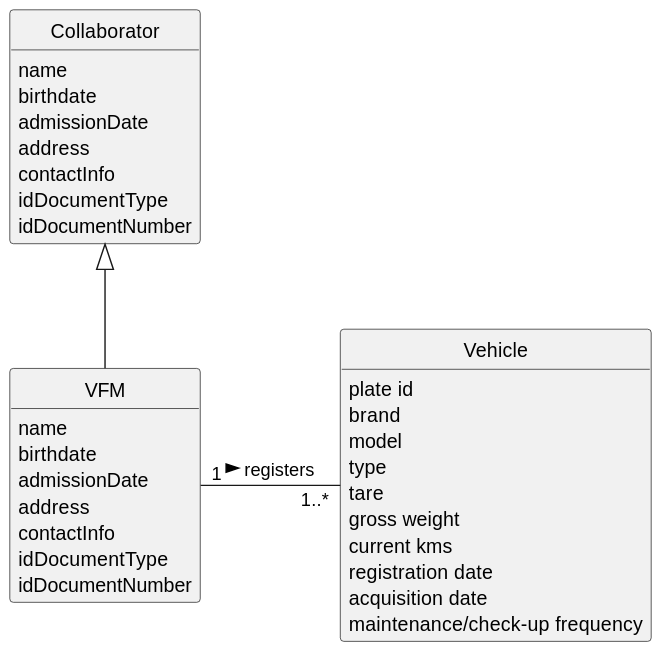
Above: docs/sprintA/us006/02.analysis/svg/us006-domain-model.svg in diogoveirospro/lei-24-s2-1dg-g072 (PlantUML), before the change.
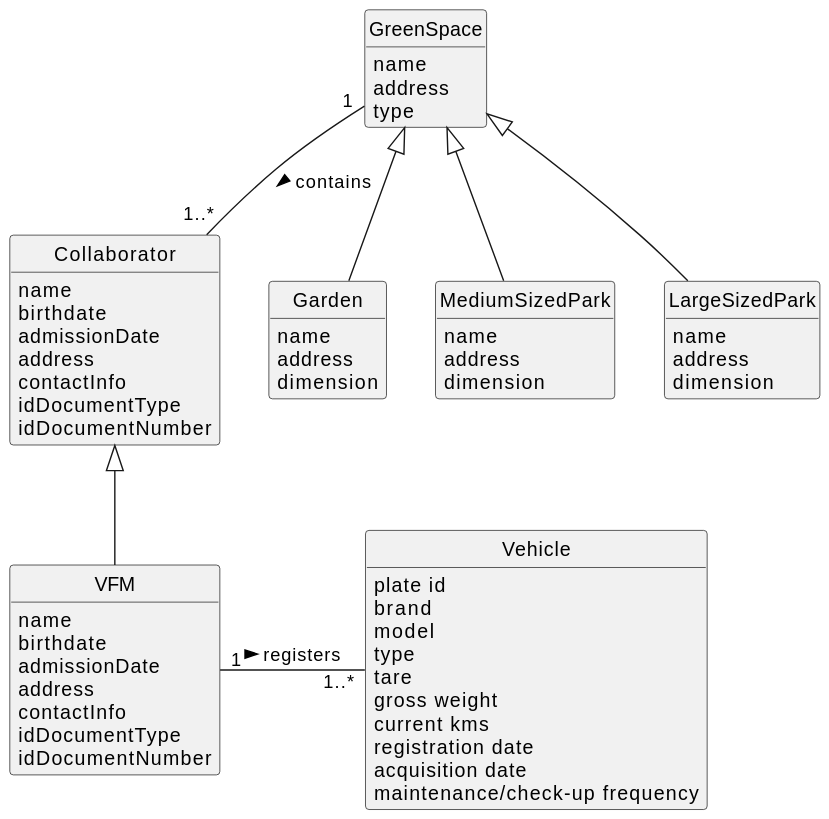
After the change.

Commit message:
Made changes in the domain models of US006 and US007

Diff of the diagram source:
```diff
@@ -41,6 +41,34 @@
     maintenance/check-up frequency
 }
 
+class GreenSpace {
+    name
+    address
+    type
+}
+
+class Garden {
+    name
+    address
+    dimension
+}
+
+class MediumSizedPark {
+    name
+    address
+    dimension
+}
+
+class LargeSizedPark {
+    name
+    address
+    dimension
+}
+
 Collaborator <|-- VFM
 VFM "1"-"   1..*" Vehicle: registers >
+GreenSpace "1" -- "1..*" Collaborator: contains >
+GreenSpace <|-- Garden
+GreenSpace <|-- MediumSizedPark
+GreenSpace <|-- LargeSizedPark
 @enduml
```
